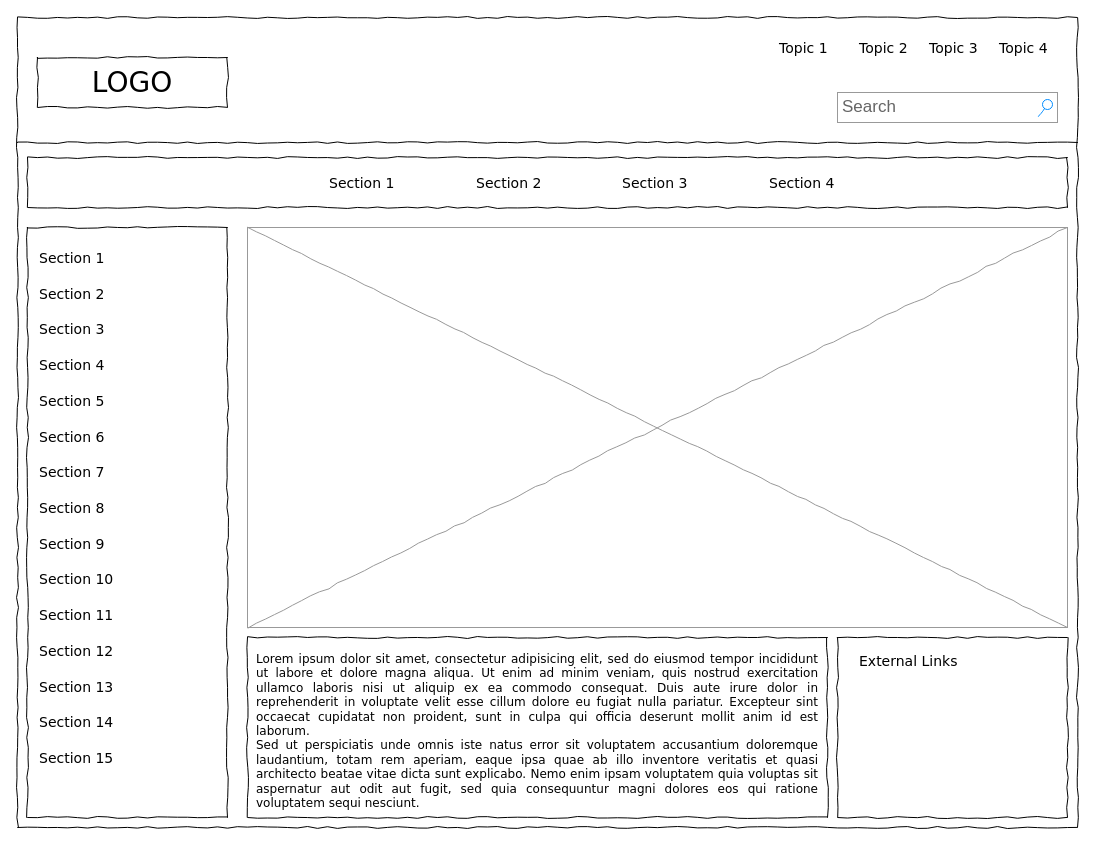
Earlier version of the draw.io diagram Untitled Diagram.drawio (pdaambrosio/dh_group_5). Source tidied: cells renumbered, new cells numbered last; positions are measured from the earlier drawing's top-left corner, leaving out a move shared by most shapes. Both pictures are drawn from the tidied source at 100%, with x=0, y=0 at pixel (17, 17).
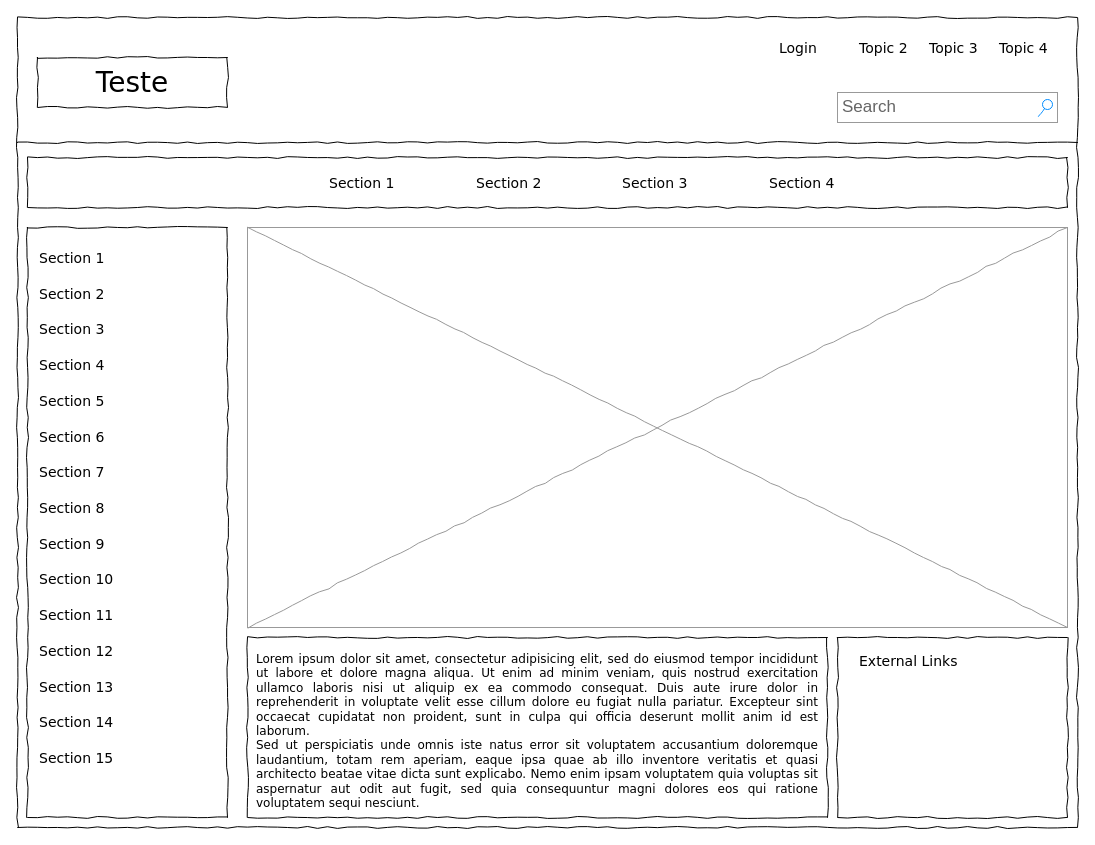
Above is the later version.

Diff of the diagram source:
```diff
@@
-    <mxCell id="3" value="LOGO" style="whiteSpace=wrap;html=1;rounded=0;shadow=0;labelBackgroundColor=none;strokeWidth=1;fontFamily=Verdana;fontSize=28;align=center;comic=1;" parent="1" vertex="1">
+    <mxCell id="3" value="Teste" style="whiteSpace=wrap;html=1;rounded=0;shadow=0;labelBackgroundColor=none;strokeWidth=1;fontFamily=Verdana;fontSize=28;align=center;comic=1;" parent="1" vertex="1">
       <mxGeometry x="20" y="40" width="190" height="50" as="geometry" />
     </mxCell>
@@
-    <mxCell id="5" value="Topic 1" style="text;html=1;align=left;verticalAlign=top;spacingTop=-4;fontSize=14;fontFamily=Verdana;" parent="1" vertex="1">
+    <mxCell id="5" value="Login" style="text;html=1;align=left;verticalAlign=top;spacingTop=-4;fontSize=14;fontFamily=Verdana;" parent="1" vertex="1">
       <mxGeometry x="760" y="20" width="60" height="20" as="geometry" />
     </mxCell>
```
